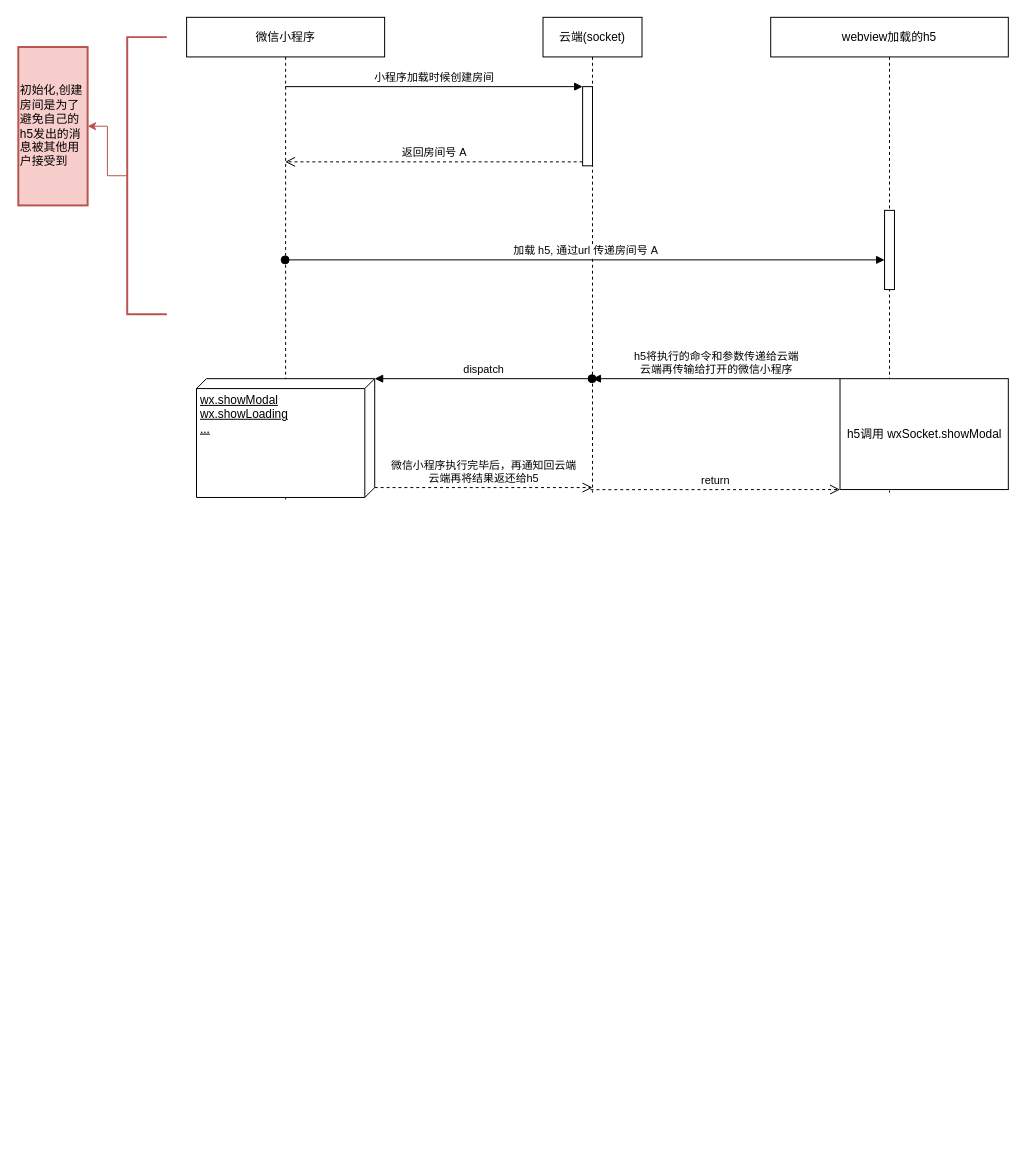
This is page "小程序-h5通讯架构设计" (4 of 4) of Untitled Diagram.drawio from clevok/static, a draw.io file, before an edit. Source tidied: cells renumbered, new cells numbered last; positions are measured from the earlier drawing's top-left corner, leaving out a move shared by most shapes. Both pictures are drawn from the tidied source at 99%, with x=0, y=0 at pixel (18, 17).
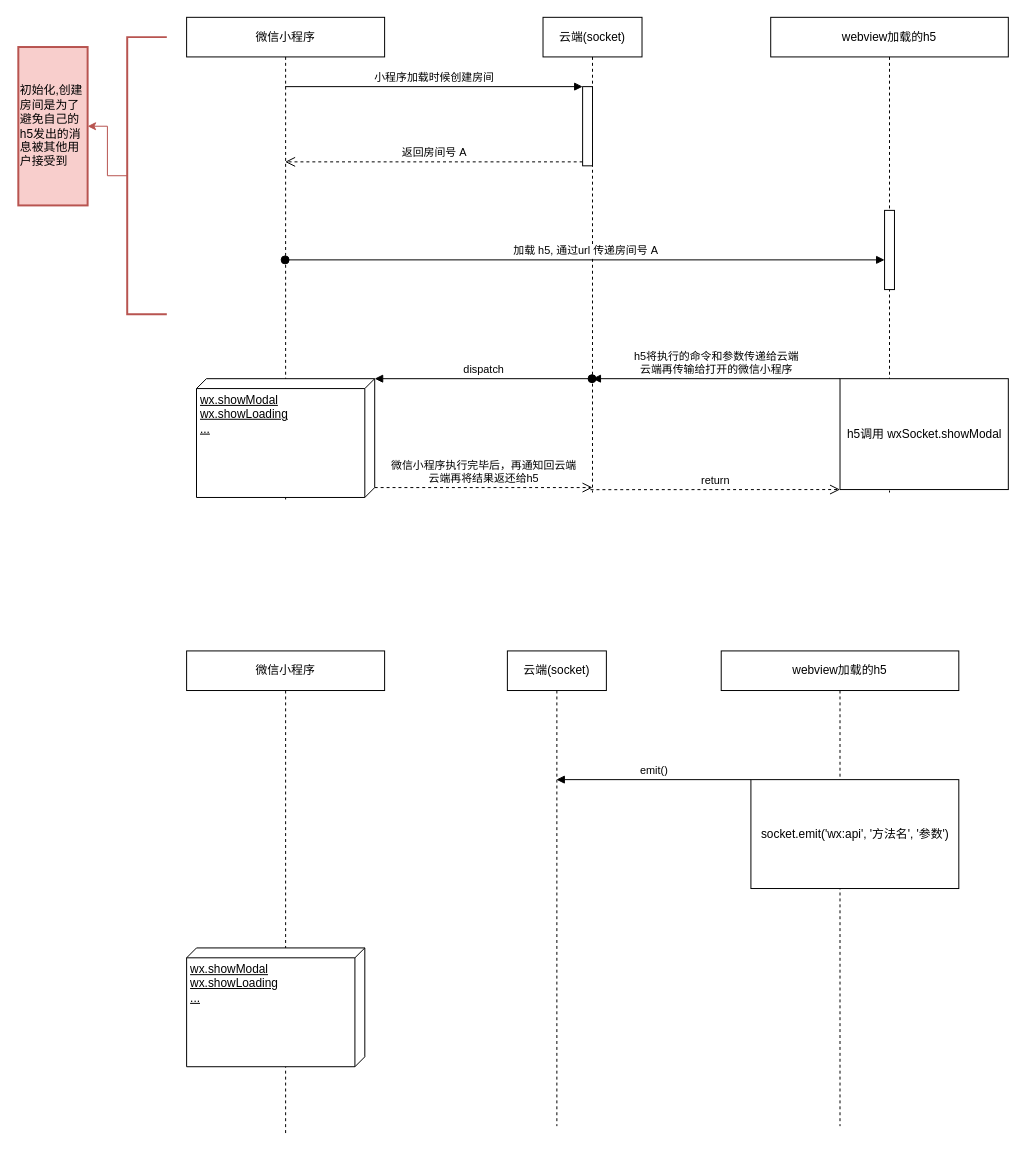
The same page after the edit.

What changed in the source:
```diff
@@
+    <mxCell id="19" value="微信小程序" style="shape=umlLifeline;perimeter=lifelinePerimeter;whiteSpace=wrap;html=1;" parent="1" vertex="1">
+      <mxGeometry x="170" y="640" width="200" height="490" as="geometry" />
+    </mxCell>
+    <mxCell id="20" value="wx.showModal&lt;br&gt;wx.showLoading&lt;br&gt;..." style="verticalAlign=top;align=left;spacingTop=8;spacingLeft=2;spacingRight=12;shape=cube;size=10;direction=south;fontStyle=4;html=1;" parent="19" vertex="1">
+      <mxGeometry y="300" width="180" height="120" as="geometry" />
+    </mxCell>
+    <mxCell id="21" value="云端(socket)" style="shape=umlLifeline;perimeter=lifelinePerimeter;whiteSpace=wrap;html=1;outlineConnect=0;" parent="1" vertex="1">
+      <mxGeometry x="494" y="640" width="100" height="480" as="geometry" />
+    </mxCell>
+    <mxCell id="22" value="webview加载的h5" style="shape=umlLifeline;perimeter=lifelinePerimeter;whiteSpace=wrap;html=1;" parent="1" vertex="1">
+      <mxGeometry x="710" y="640" width="240" height="480" as="geometry" />
+    </mxCell>
+    <mxCell id="23" value="&lt;span&gt;socket.emit('wx:api', '方法名', '参数')&lt;/span&gt;" style="html=1;" parent="22" vertex="1">
+      <mxGeometry x="30" y="130" width="210" height="110" as="geometry" />
+    </mxCell>
+    <mxCell id="24" value="emit()" style="html=1;verticalAlign=bottom;endArrow=block;rounded=0;exitX=0;exitY=0;exitDx=0;exitDy=0;" parent="1" edge="1" source="23" target="21">
+      <mxGeometry relative="1" as="geometry" />
+    </mxCell>
```
